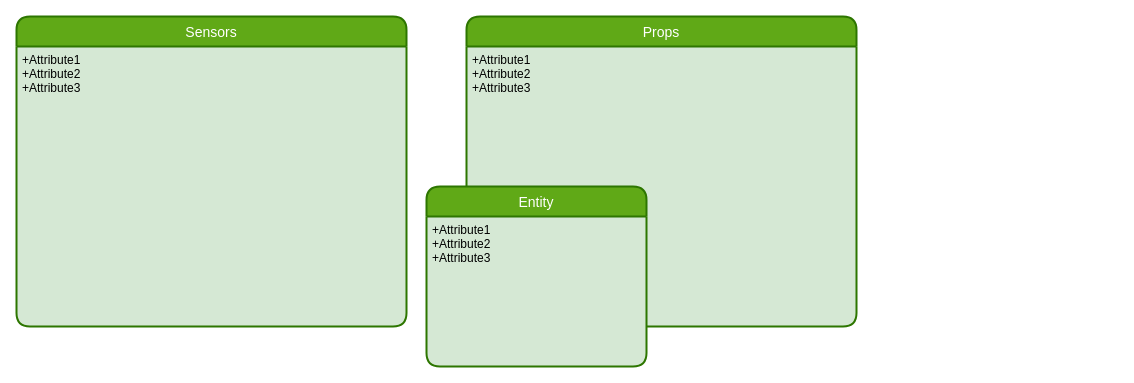
This is ER Diagram(IoT).drawio from Cybernadero/ER, a draw.io file, before an edit. Source tidied: cells renumbered, new cells numbered last; positions are measured from the earlier drawing's top-left corner, leaving out a move shared by most shapes. Both pictures are drawn from the tidied source at 100%, with x=0, y=0 at pixel (16, 16).
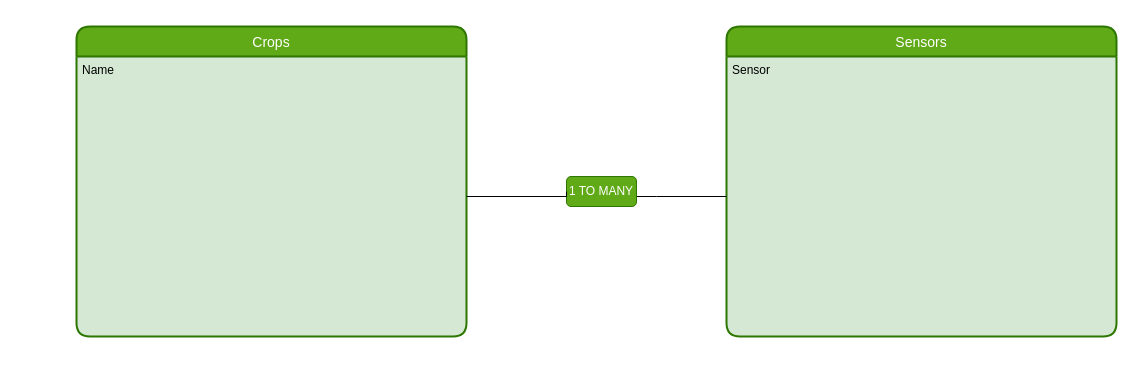
After the change.

What changed in the source:
```diff
@@
 <mxGraphModel>
   <root>
     <mxCell id="0" />
     <mxCell id="1" parent="0" />
     <mxCell id="2" value="Sensors" style="swimlane;horizontal=1;startSize=30;rounded=1;fontSize=14;fontStyle=0;strokeWidth=2;shadow=0;dashed=0;align=center;fillColor=#60a917;strokeColor=#2D7600;fontColor=#ffffff;swimlaneFillColor=#D5E8D4;" parent="1" vertex="1">
-      <mxGeometry width="390" height="310" as="geometry" />
+      <mxGeometry x="710" y="10" width="390" height="310" as="geometry" />
     </mxCell>
-    <mxCell id="3" value="+Attribute1&#10;+Attribute2&#10;+Attribute3" style="align=left;strokeColor=none;fillColor=none;spacingLeft=4;fontSize=12;verticalAlign=top;" parent="2" vertex="1">
+    <mxCell id="3" value="Sensor&#10;" style="align=left;strokeColor=none;fillColor=none;spacingLeft=4;fontSize=12;verticalAlign=top;" parent="2" vertex="1">
       <mxGeometry y="30" width="390" height="280" as="geometry" />
     </mxCell>
-    <mxCell id="4" value="Props" style="swimlane;horizontal=1;startSize=30;rounded=1;fontSize=14;fontStyle=0;strokeWidth=2;shadow=0;dashed=0;align=center;fillColor=#60a917;strokeColor=#2D7600;fontColor=#ffffff;swimlaneFillColor=#D5E8D4;" parent="1" vertex="1">
-      <mxGeometry x="450" width="390" height="310" as="geometry" />
+    <mxCell id="4" value="Crops" style="swimlane;horizontal=1;startSize=30;rounded=1;fontSize=14;fontStyle=0;strokeWidth=2;shadow=0;dashed=0;align=center;fillColor=#60a917;strokeColor=#2D7600;fontColor=#ffffff;swimlaneFillColor=#D5E8D4;" parent="1" vertex="1">
+      <mxGeometry x="60" y="10" width="390" height="310" as="geometry" />
     </mxCell>
-    <mxCell id="5" value="+Attribute1&#10;+Attribute2&#10;+Attribute3" style="align=left;strokeColor=none;fillColor=none;spacingLeft=4;fontSize=12;verticalAlign=top;" parent="4" vertex="1">
+    <mxCell id="5" value="Name&#10;" style="align=left;strokeColor=none;fillColor=none;spacingLeft=4;fontSize=12;verticalAlign=top;" parent="4" vertex="1">
       <mxGeometry y="30" width="390" height="280" as="geometry" />
     </mxCell>
-    <mxCell id="6" value="Entity" style="swimlane;horizontal=1;startSize=30;rounded=1;fontSize=14;fontStyle=0;strokeWidth=2;shadow=0;dashed=0;align=center;fillColor=#60a917;strokeColor=#2D7600;fontColor=#ffffff;swimlaneFillColor=#D5E8D4;" parent="1" vertex="1">
-      <mxGeometry x="410" y="170" width="220" height="180" as="geometry" />
-    </mxCell>
-    <mxCell id="7" value="+Attribute1&#10;+Attribute2&#10;+Attribute3" style="align=left;strokeColor=none;fillColor=none;spacingLeft=4;fontSize=12;verticalAlign=top;" parent="6" vertex="1">
-      <mxGeometry y="30" width="220" height="150" as="geometry" />
-    </mxCell>
+    <mxCell id="8" style="edgeStyle=orthogonalEdgeStyle;rounded=0;jettySize=auto;html=1;entryX=0;entryY=0.5;entryDx=0;entryDy=0;endArrow=none;endFill=0;" parent="1" edge="1" source="9" target="3">
+      <mxGeometry relative="1" as="geometry">
+        <Array as="points">
+          <mxPoint x="640" y="180" />
+          <mxPoint x="640" y="180" />
+        </Array>
+      </mxGeometry>
+    </mxCell>
+    <mxCell id="9" value="1 TO MANY" style="rounded=1;whiteSpace=wrap;html=1;fillColor=#60a917;strokeColor=#2D7600;fontColor=#ffffff;" parent="1" vertex="1">
+      <mxGeometry x="550" y="160" width="70" height="30" as="geometry" />
+    </mxCell>
+    <mxCell id="10" style="edgeStyle=orthogonalEdgeStyle;rounded=0;jettySize=auto;html=1;entryX=0;entryY=0.5;entryDx=0;entryDy=0;endArrow=none;endFill=0;" parent="1" edge="1" source="5" target="9">
+      <mxGeometry relative="1" as="geometry">
+        <Array as="points">
+          <mxPoint x="550" y="180" />
+        </Array>
+      </mxGeometry>
+    </mxCell>
   </root>
 </mxGraphModel>
```
